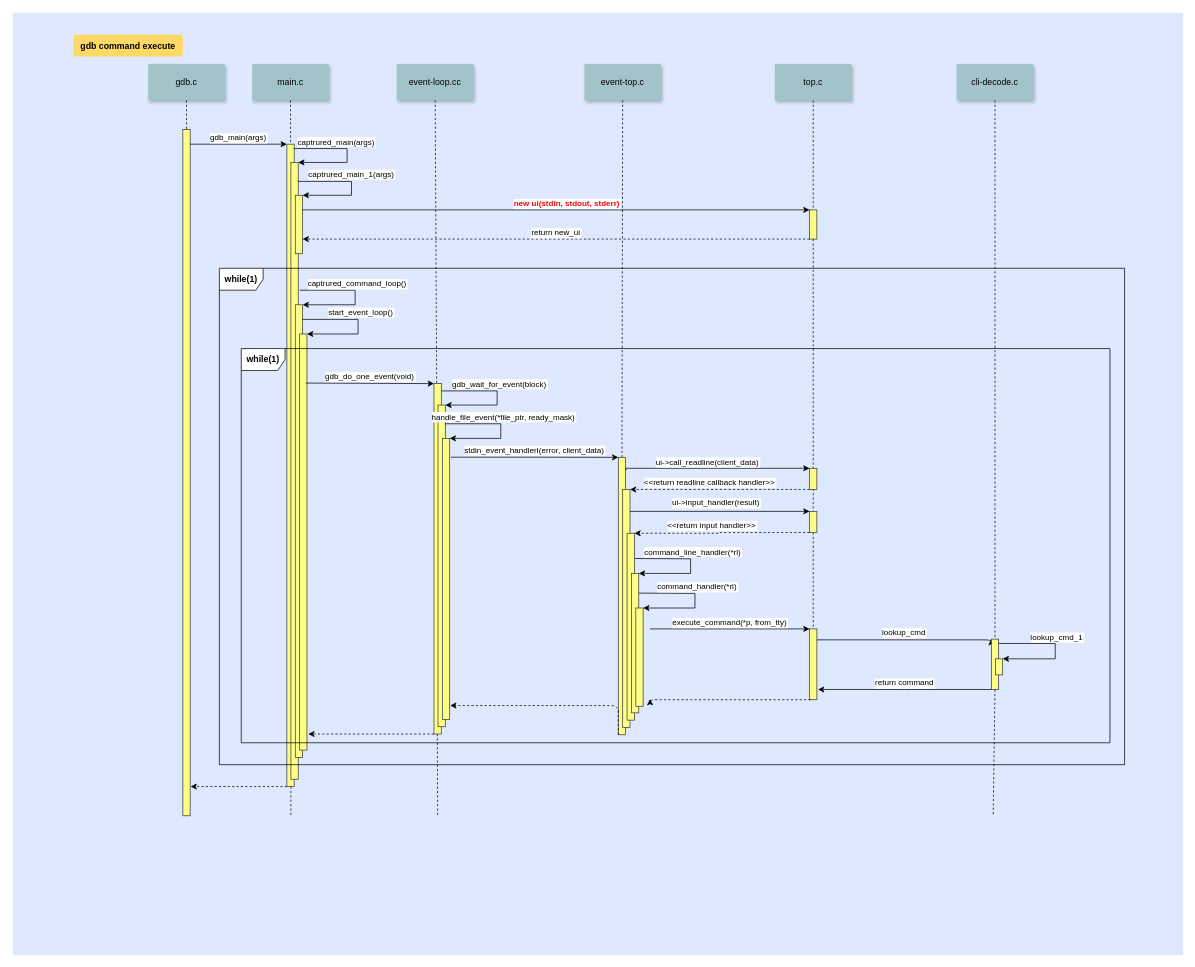
Before: Biểu đồ không có tiêu đề.drawio in hieunguyenbv/gdb_flow, a draw.io diagram. Source tidied: cells renumbered, new cells numbered last; positions are measured from the earlier drawing's top-left corner, leaving out a move shared by most shapes. Both pictures are drawn from the tidied source at 73%, with x=0, y=0 at pixel (12, 12).
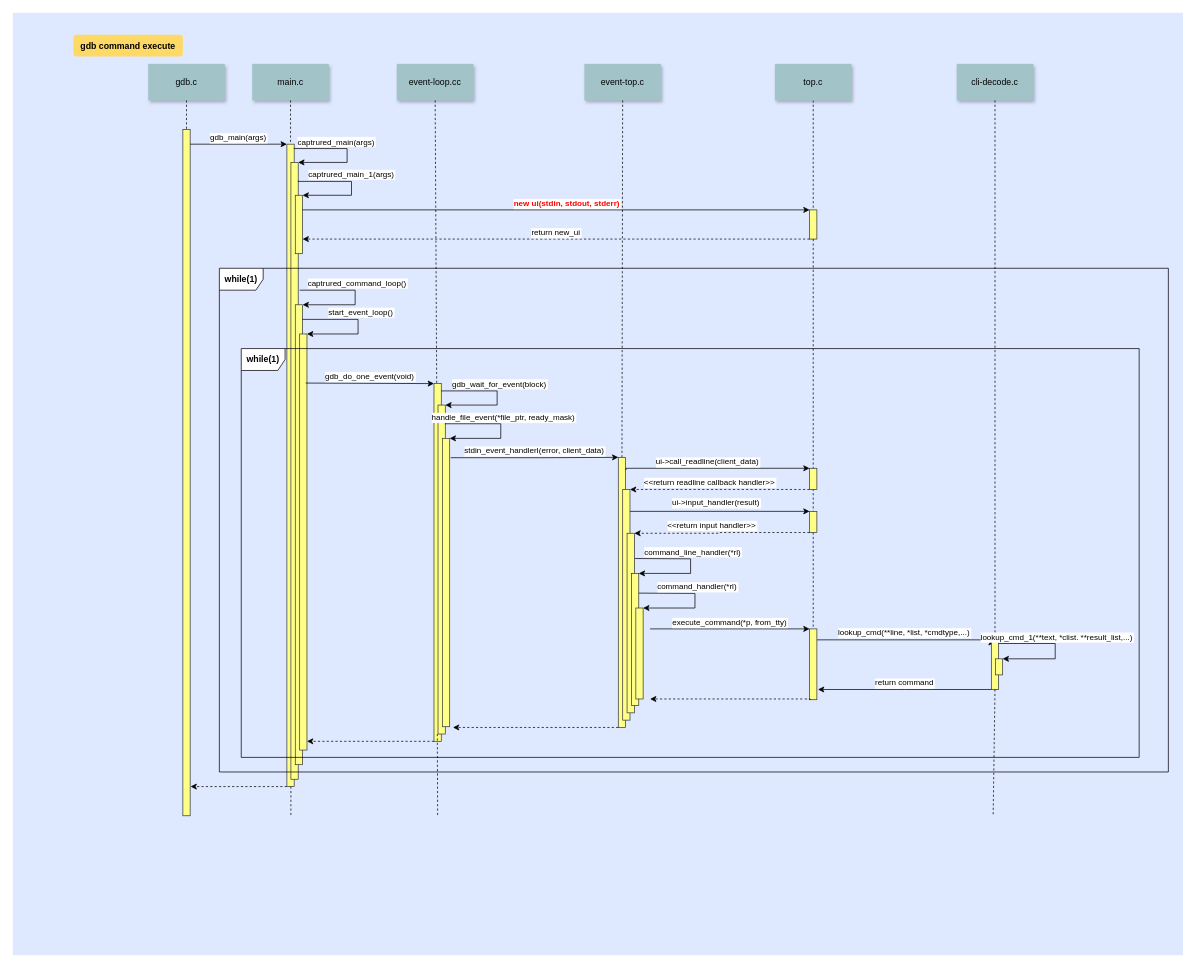
The same page after the edit.

Commit message:
Cập nhật Biểu đồ không có tiêu đề.drawio

Unchanged cells that the change refers to:
```xml
<mxCell id="29" style="fillColor=#ffff88;strokeColor=#36393d;" parent="1" vertex="1">
  <mxGeometry x="1340.5" y="858" width="10" height="69" as="geometry" />
</mxCell>
<mxCell id="32" style="group;strokeWidth=4;" parent="1" vertex="1">
  <mxGeometry x="829.5" y="609" width="222.5" height="380" as="geometry" />
</mxCell>
<mxCell id="39" style="fillColor=#ffff88;strokeColor=#36393d;" parent="1" vertex="1">
  <mxGeometry x="1346" y="885" width="10" height="22" as="geometry" />
</mxCell>
<mxCell id="48" style="group;" parent="1" vertex="1">
  <mxGeometry x="577" y="508" width="91.5" height="520" as="geometry" />
</mxCell>
```

Diff of the diagram source:
```diff
@@
-    <mxCell id="28" value="lookup_cmd" style="edgeStyle=elbowEdgeStyle;elbow=vertical;verticalLabelPosition=top;verticalAlign=bottom;entryX=0;entryY=0;entryDx=0;entryDy=0;exitX=1;exitY=0.25;exitDx=0;exitDy=0;" parent="1" edge="1" target="29">
+    <mxCell id="28" value="lookup_cmd(**line, *list, *cmdtype,...)" style="edgeStyle=elbowEdgeStyle;elbow=vertical;verticalLabelPosition=top;verticalAlign=bottom;entryX=0;entryY=0;entryDx=0;entryDy=0;exitX=1;exitY=0.25;exitDx=0;exitDy=0;" parent="1" edge="1" target="29">
       <mxGeometry x="1495.4" y="693.7" as="geometry">
         <mxPoint x="1101.5" y="859" as="sourcePoint" />
       </mxGeometry>
     </mxCell>
@@
-    <mxCell id="31" value="lookup_cmd_1" style="edgeStyle=orthogonalEdgeStyle;verticalLabelPosition=top;verticalAlign=bottom;flowAnimation=0;rounded=0;strokeColor=default;jumpStyle=none;shadow=0;comic=0;noJump=0;entryX=1;entryY=0;entryDx=0;entryDy=0;exitX=1;exitY=0;exitDx=0;exitDy=0;" parent="1" edge="1" target="39">
+    <mxCell id="31" value="lookup_cmd_1(**text, *clist. **result_list,...)" style="edgeStyle=orthogonalEdgeStyle;verticalLabelPosition=top;verticalAlign=bottom;flowAnimation=0;rounded=0;strokeColor=default;jumpStyle=none;shadow=0;comic=0;noJump=0;entryX=1;entryY=0;entryDx=0;entryDy=0;exitX=1;exitY=0;exitDx=0;exitDy=0;" parent="1" edge="1" target="39">
       <mxGeometry x="360" y="-375" as="geometry">
         <mxPoint x="1350.5" y="864" as="sourcePoint" />
         <Array as="points">
           <mxPoint x="1428" y="864" />
           <mxPoint x="1428" y="885" />
         </Array>
         <mxPoint x="77" y="-10" as="offset" />
       </mxGeometry>
     </mxCell>
@@
     <mxCell id="33" style="fillColor=#ffff88;strokeColor=#36393d;" parent="32" vertex="1">
-      <mxGeometry width="10" height="380" as="geometry" />
+      <mxGeometry width="10" height="370" as="geometry" />
     </mxCell>
@@
     <mxCell id="35" style="fillColor=#ffff88;strokeColor=#36393d;" parent="32" vertex="1">
-      <mxGeometry x="6" y="44" width="10" height="326" as="geometry" />
+      <mxGeometry x="6" y="44" width="10" height="316" as="geometry" />
     </mxCell>
@@
     <mxCell id="37" style="fillColor=#ffff88;strokeColor=#36393d;" parent="32" vertex="1">
-      <mxGeometry x="12" y="104" width="10" height="256" as="geometry" />
+      <mxGeometry x="12" y="104" width="10" height="246" as="geometry" />
     </mxCell>
     <mxCell id="38" style="fillColor=#ffff88;strokeColor=#36393d;" parent="32" vertex="1">
-      <mxGeometry x="18" y="159" width="10" height="191" as="geometry" />
+      <mxGeometry x="18" y="159" width="10" height="181" as="geometry" />
     </mxCell>
@@
     <mxCell id="43" style="fillColor=#ffff88;strokeColor=#36393d;" parent="1" vertex="1">
-      <mxGeometry x="387" y="400" width="10" height="620" as="geometry" />
+      <mxGeometry x="387" y="400" width="10" height="630" as="geometry" />
     </mxCell>
@@
     <mxCell id="49" style="fillColor=#ffff88;strokeColor=#36393d;" parent="48" vertex="1">
-      <mxGeometry width="10" height="480" as="geometry" />
+      <mxGeometry width="10" height="490" as="geometry" />
     </mxCell>
     <mxCell id="50" style="fillColor=#ffff88;strokeColor=#36393d;" parent="48" vertex="1">
-      <mxGeometry x="5.5" y="29.4" width="10" height="440.6" as="geometry" />
+      <mxGeometry x="5.5" y="29.4" width="10" height="450.6" as="geometry" />
     </mxCell>
@@
     <mxCell id="53" style="fillColor=#ffff88;strokeColor=#36393d;" parent="48" vertex="1">
-      <mxGeometry x="11.5" y="75" width="10" height="385" as="geometry" />
+      <mxGeometry x="11.5" y="75" width="10" height="395" as="geometry" />
     </mxCell>
@@
     <mxCell id="60" style="edgeStyle=elbowEdgeStyle;elbow=vertical;verticalLabelPosition=top;verticalAlign=bottom;dashed=1;" parent="1" edge="1">
       <mxGeometry x="1510" y="696.7" as="geometry">
         <mxPoint x="1093" y="941" as="sourcePoint" />
         <mxPoint x="873" y="940" as="targetPoint" />
+        <Array as="points">
+          <mxPoint x="863" y="940" />
+        </Array>
       </mxGeometry>
     </mxCell>
@@
-    <mxCell id="63" style="edgeStyle=elbowEdgeStyle;elbow=vertical;verticalLabelPosition=top;verticalAlign=bottom;dashed=1;exitX=0;exitY=1;exitDx=0;exitDy=0;entryX=1.167;entryY=0.966;entryDx=0;entryDy=0;entryPerimeter=0;" parent="1" edge="1" source="49">
+    <mxCell id="63" style="edgeStyle=elbowEdgeStyle;elbow=vertical;verticalLabelPosition=top;verticalAlign=bottom;dashed=1;exitX=0;exitY=1;exitDx=0;exitDy=0;" parent="1" edge="1" source="49">
       <mxGeometry x="1230" y="253.7" as="geometry">
-        <mxPoint x="404.7" y="988.6" as="targetPoint" />
+        <mxPoint x="403" y="998" as="targetPoint" />
         <Array as="points">
-          <mxPoint x="493" y="988" />
+          <mxPoint x="493" y="998" />
         </Array>
       </mxGeometry>
     </mxCell>
@@
-    <mxCell id="65" style="edgeStyle=elbowEdgeStyle;elbow=vertical;verticalLabelPosition=top;verticalAlign=bottom;dashed=1;exitX=0;exitY=1;exitDx=0;exitDy=0;entryX=1.064;entryY=0.951;entryDx=0;entryDy=0;entryPerimeter=0;" parent="1" edge="1" source="33" target="53">
+    <mxCell id="65" style="edgeStyle=elbowEdgeStyle;elbow=vertical;verticalLabelPosition=top;verticalAlign=bottom;dashed=1;exitX=0;exitY=1;exitDx=0;exitDy=0;" parent="1" edge="1" source="33">
       <mxGeometry x="1510" y="696.7" as="geometry">
+        <mxPoint x="603" y="979" as="targetPoint" />
         <Array as="points">
-          <mxPoint x="713" y="949" />
+          <mxPoint x="723" y="979" />
         </Array>
       </mxGeometry>
     </mxCell>
@@
     <mxCell id="67" style="fillColor=#ffff88;strokeColor=#36393d;" parent="1" vertex="1">
-      <mxGeometry x="853.5" y="815.4" width="10" height="134.6" as="geometry" />
+      <mxGeometry x="853.5" y="815.4" width="10" height="124.6" as="geometry" />
     </mxCell>
     <mxCell id="68" value="&lt;span style=&quot;font-weight: 700;&quot;&gt;while(1)&lt;/span&gt;" style="shape=umlFrame;whiteSpace=wrap;html=1;" parent="1" vertex="1">
-      <mxGeometry x="283" y="350" width="1240" height="680" as="geometry" />
+      <mxGeometry x="283" y="350" width="1300" height="690" as="geometry" />
     </mxCell>
@@
     <mxCell id="70" value="&lt;span style=&quot;font-weight: 700;&quot;&gt;while(1)&lt;/span&gt;" style="shape=umlFrame;whiteSpace=wrap;html=1;" parent="1" vertex="1">
-      <mxGeometry x="313" y="460" width="1190" height="540" as="geometry" />
+      <mxGeometry x="313" y="460" width="1230" height="560" as="geometry" />
     </mxCell>
```
